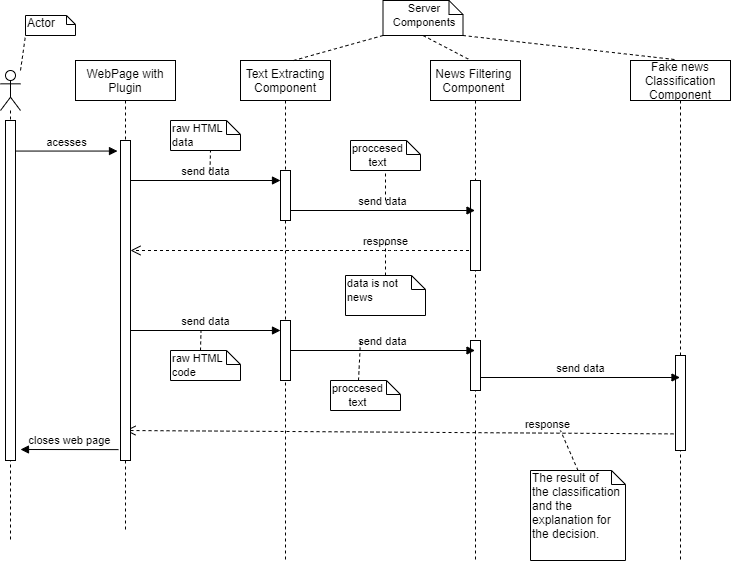
Above: Diagrams/Fake news - sequence diagram/Fake News sequance diagram.png in CDU55/FakeNews (draw.io), before the change. Source tidied: cells renumbered, new cells last; positions are measured from the earlier drawing's top-left corner, leaving out a move shared by most shapes.
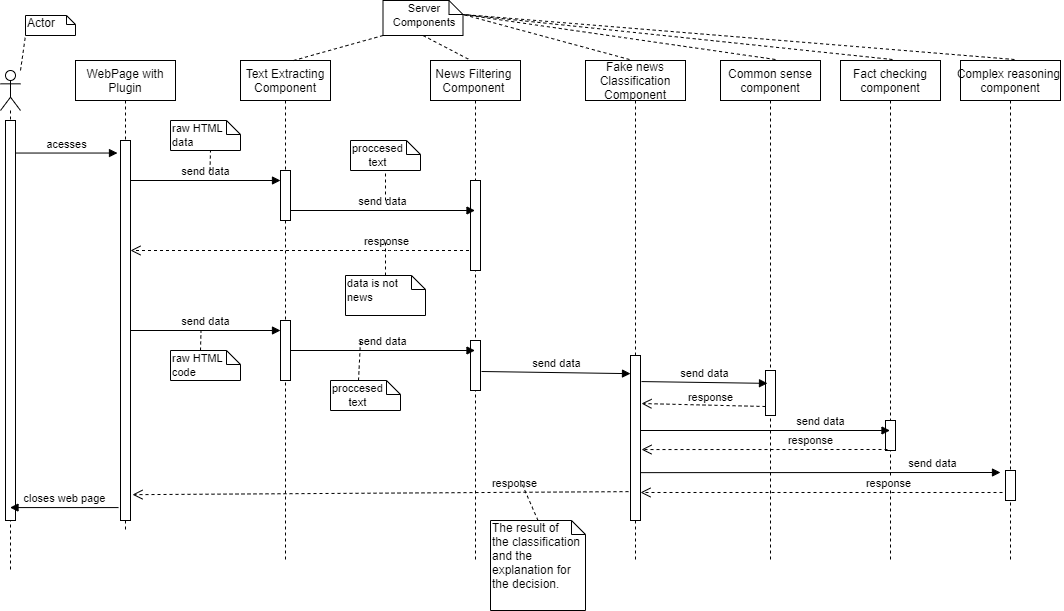
The same file after the commit.

Diff of the diagram source:
```diff
@@ -12,19 +12,19 @@
       <mxGeometry x="40" y="260" width="10" height="60" as="geometry" />
     </mxCell>
     <mxCell id="5" value="Fake news &#10;Classification &#10;Component" style="shape=umlLifeline;perimeter=lifelinePerimeter;rounded=0;shadow=0;strokeWidth=1;" parent="1" vertex="1">
-      <mxGeometry x="630" y="60" width="100" height="500" as="geometry" />
+      <mxGeometry x="585" y="60" width="100" height="500" as="geometry" />
     </mxCell>
     <mxCell id="6" style="points=[];perimeter=orthogonalPerimeter;rounded=0;shadow=0;strokeWidth=1;" parent="5" vertex="1">
-      <mxGeometry x="45" y="295" width="10" height="95" as="geometry" />
+      <mxGeometry x="45" y="295" width="10" height="165" as="geometry" />
     </mxCell>
     <mxCell id="7" value="Actor" style="shape=note;whiteSpace=wrap;html=1;size=9;verticalAlign=top;align=left;spacingTop=-6;" parent="1" vertex="1">
       <mxGeometry x="25" y="15" width="50" height="20" as="geometry" />
     </mxCell>
     <mxCell id="8" style="shape=umlLifeline;participant=umlActor;perimeter=lifelinePerimeter;whiteSpace=wrap;html=1;verticalAlign=top;spacingTop=36;outlineConnect=0;" parent="1" vertex="1">
-      <mxGeometry y="70" width="20" height="470" as="geometry" />
+      <mxGeometry y="70" width="20" height="500" as="geometry" />
     </mxCell>
     <mxCell id="9" style="html=1;points=[];perimeter=orthogonalPerimeter;" parent="8" vertex="1">
-      <mxGeometry x="5" y="50" width="10" height="340" as="geometry" />
+      <mxGeometry x="5" y="50" width="10" height="400" as="geometry" />
     </mxCell>
     <mxCell id="10" style="endArrow=none;dashed=1;html=1;entryX=0;entryY=1;entryDx=0;entryDy=0;entryPerimeter=0;" parent="8" edge="1" target="7">
       <mxGeometry relative="1" as="geometry">
@@ -45,8 +45,10 @@
         </Array>
       </mxGeometry>
     </mxCell>
-    <mxCell id="14" value="send data" style="html=1;verticalAlign=bottom;endArrow=block;exitX=1.05;exitY=0.74;exitDx=0;exitDy=0;exitPerimeter=0;" parent="1" edge="1" source="26" target="5">
-      <mxGeometry relative="1" as="geometry" />
+    <mxCell id="14" value="send data" style="html=1;verticalAlign=bottom;endArrow=block;entryX=0;entryY=0.11;entryDx=0;entryDy=0;entryPerimeter=0;" parent="1" edge="1" target="6">
+      <mxGeometry relative="1" as="geometry">
+        <mxPoint x="481" y="371" as="sourcePoint" />
+      </mxGeometry>
     </mxCell>
     <mxCell id="15" value="send data" style="html=1;verticalAlign=bottom;endArrow=block;" parent="1" edge="1">
       <mxGeometry relative="1" as="geometry">
@@ -54,17 +56,15 @@
         <mxPoint x="280" y="180" as="targetPoint" />
       </mxGeometry>
     </mxCell>
-    <mxCell id="16" value="response" style="html=1;verticalAlign=bottom;endArrow=open;dashed=1;endSize=8;exitX=-0.2;exitY=0.825;exitDx=0;exitDy=0;exitPerimeter=0;" parent="1" edge="1" source="6">
-      <mxGeometry x="-0.54" relative="1" as="geometry">
-        <mxPoint x="125" y="430" as="targetPoint" />
-      </mxGeometry>
+    <mxCell id="16" value="response" style="html=1;verticalAlign=bottom;endArrow=open;dashed=1;endSize=8;exitX=-0.2;exitY=0.825;exitDx=0;exitDy=0;exitPerimeter=0;entryX=1.2;entryY=0.932;entryDx=0;entryDy=0;entryPerimeter=0;" parent="1" edge="1" source="6" target="27">
+      <mxGeometry x="-0.54" relative="1" as="geometry" />
     </mxCell>
     <mxCell id="17" value="The result of &lt;br&gt;the classification and the explanation for the decision." style="shape=note;whiteSpace=wrap;html=1;size=14;verticalAlign=top;align=left;spacingTop=-6;" parent="1" vertex="1">
-      <mxGeometry x="530" y="470" width="95" height="90" as="geometry" />
+      <mxGeometry x="490" y="520" width="95" height="90" as="geometry" />
     </mxCell>
     <mxCell id="18" style="endArrow=none;dashed=1;html=1;exitX=0.5;exitY=0;exitDx=0;exitDy=0;exitPerimeter=0;" parent="1" edge="1" source="17">
       <mxGeometry relative="1" as="geometry">
-        <mxPoint x="560" y="430" as="targetPoint" />
+        <mxPoint x="520" y="480" as="targetPoint" />
       </mxGeometry>
     </mxCell>
     <mxCell id="19" value="&lt;span style=&quot;font-family: &amp;#34;helvetica&amp;#34; ; font-size: 11px ; text-align: center ; background-color: rgb(255 , 255 , 255)&quot;&gt;data is not news&lt;/span&gt;" style="shape=note;whiteSpace=wrap;html=1;size=14;verticalAlign=top;align=left;spacingTop=-6;" parent="1" vertex="1">
@@ -81,7 +81,7 @@
     <mxCell id="22" style="endArrow=none;dashed=1;html=1;exitX=0.589;exitY=0;exitDx=0;exitDy=0;exitPerimeter=0;entryX=0;entryY=1;entryDx=0;entryDy=0;entryPerimeter=0;" parent="1" edge="1" source="2" target="21">
       <mxGeometry relative="1" as="geometry" />
     </mxCell>
-    <mxCell id="23" style="endArrow=none;dashed=1;html=1;entryX=1;entryY=1;entryDx=0;entryDy=0;entryPerimeter=0;exitX=0.44;exitY=-0.002;exitDx=0;exitDy=0;exitPerimeter=0;" parent="1" edge="1" source="5" target="21">
+    <mxCell id="23" style="endArrow=none;dashed=1;html=1;entryX=0;entryY=0;entryDx=80;entryDy=14;entryPerimeter=0;exitX=0.44;exitY=-0.002;exitDx=0;exitDy=0;exitPerimeter=0;" parent="1" edge="1" source="5" target="21">
       <mxGeometry relative="1" as="geometry" />
     </mxCell>
     <mxCell id="24" value="News Filtering &#10;Component " style="shape=umlLifeline;perimeter=lifelinePerimeter;rounded=0;shadow=0;strokeWidth=1;" parent="1" vertex="1">
@@ -94,7 +94,7 @@
       <mxGeometry x="40" y="280" width="10" height="50" as="geometry" />
     </mxCell>
     <mxCell id="27" style="html=1;points=[];perimeter=orthogonalPerimeter;" parent="1" vertex="1">
-      <mxGeometry x="120" y="140" width="10" height="320" as="geometry" />
+      <mxGeometry x="120" y="140" width="10" height="380" as="geometry" />
     </mxCell>
     <mxCell id="28" value="&lt;span style=&quot;font-family: &amp;#34;helvetica&amp;#34; ; font-size: 11px ; text-align: center ; background-color: rgb(255 , 255 , 255)&quot;&gt;raw HTML &lt;br&gt;data&lt;/span&gt;" style="shape=note;whiteSpace=wrap;html=1;size=14;verticalAlign=top;align=left;spacingTop=-6;" parent="1" vertex="1">
       <mxGeometry x="170" y="120" width="70" height="30" as="geometry" />
@@ -149,10 +149,62 @@
         <mxPoint x="360" y="340" as="targetPoint" />
       </mxGeometry>
     </mxCell>
-    <mxCell id="40" value="closes web page" style="html=1;verticalAlign=bottom;endArrow=block;exitX=-0.2;exitY=0.966;exitDx=0;exitDy=0;exitPerimeter=0;" parent="1" edge="1" source="27">
-      <mxGeometry relative="1" as="geometry">
-        <mxPoint x="20" y="449" as="targetPoint" />
-      </mxGeometry>
+    <mxCell id="40" value="closes web page" style="html=1;verticalAlign=bottom;endArrow=block;exitX=-0.2;exitY=0.966;exitDx=0;exitDy=0;exitPerimeter=0;" parent="1" edge="1" source="27" target="8">
+      <mxGeometry relative="1" as="geometry" />
     </mxCell>
+    <mxCell id="41" value="Common sense&#10;component" style="shape=umlLifeline;perimeter=lifelinePerimeter;rounded=0;shadow=0;strokeWidth=1;" parent="1" vertex="1">
+      <mxGeometry x="720" y="60" width="100" height="500" as="geometry" />
+    </mxCell>
+    <mxCell id="42" style="points=[];perimeter=orthogonalPerimeter;rounded=0;shadow=0;strokeWidth=1;" parent="41" vertex="1">
+      <mxGeometry x="45" y="310" width="10" height="45" as="geometry" />
+    </mxCell>
+    <mxCell id="43" value="Fact checking&#10;component" style="shape=umlLifeline;perimeter=lifelinePerimeter;rounded=0;shadow=0;strokeWidth=1;" parent="1" vertex="1">
+      <mxGeometry x="840" y="60" width="100" height="500" as="geometry" />
+    </mxCell>
+    <mxCell id="44" style="perimeter=orthogonalPerimeter;rounded=0;shadow=0;strokeWidth=1;" parent="43" vertex="1">
+      <mxGeometry x="45" y="360" width="10" height="30" as="geometry" />
+    </mxCell>
+    <mxCell id="45" value="Complex reasoning &#10;component" style="shape=umlLifeline;perimeter=lifelinePerimeter;rounded=0;shadow=0;strokeWidth=1;" parent="1" vertex="1">
+      <mxGeometry x="960" y="60" width="100" height="500" as="geometry" />
+    </mxCell>
+    <mxCell id="46" style="points=[];perimeter=orthogonalPerimeter;rounded=0;shadow=0;strokeWidth=1;" parent="45" vertex="1">
+      <mxGeometry x="45" y="410" width="10" height="30" as="geometry" />
+    </mxCell>
+    <mxCell id="47" value="send data" style="html=1;verticalAlign=bottom;endArrow=block;exitX=1.1;exitY=0.158;exitDx=0;exitDy=0;exitPerimeter=0;entryX=0.2;entryY=0.286;entryDx=0;entryDy=0;entryPerimeter=0;" parent="1" edge="1" source="6" target="42">
+      <mxGeometry relative="1" as="geometry" />
+    </mxCell>
+    <mxCell id="48" value="response" style="html=1;verticalAlign=bottom;endArrow=open;dashed=1;endSize=8;exitX=0;exitY=0.8;exitDx=0;exitDy=0;exitPerimeter=0;entryX=1.1;entryY=0.291;entryDx=0;entryDy=0;entryPerimeter=0;" parent="1" edge="1" source="42" target="6">
+      <mxGeometry x="-0.11" y="1" relative="1" as="geometry" />
+    </mxCell>
+    <mxCell id="49" value="send data" style="html=1;verticalAlign=bottom;endArrow=block;exitX=1.05;exitY=0.74;exitDx=0;exitDy=0;exitPerimeter=0;" parent="1" edge="1" target="43">
+      <mxGeometry x="0.44" relative="1" as="geometry">
+        <mxPoint x="640" y="430" as="sourcePoint" />
+      </mxGeometry>
+    </mxCell>
+    <mxCell id="50" value="response" style="html=1;verticalAlign=bottom;endArrow=open;dashed=1;endSize=8;entryX=1.1;entryY=0.57;entryDx=0;entryDy=0;entryPerimeter=0;exitX=0.47;exitY=0.778;exitDx=0;exitDy=0;exitPerimeter=0;" parent="1" edge="1" source="43" target="6">
+      <mxGeometry x="-0.36" relative="1" as="geometry">
+        <mxPoint x="1" as="offset" />
+      </mxGeometry>
+    </mxCell>
+    <mxCell id="51" value="send data" style="html=1;verticalAlign=bottom;endArrow=block;exitX=0.9;exitY=0.207;exitDx=0;exitDy=0;exitPerimeter=0;" parent="1" edge="1">
+      <mxGeometry x="0.62" relative="1" as="geometry">
+        <mxPoint x="640" y="472.1" as="sourcePoint" />
+        <mxPoint x="1000" y="472" as="targetPoint" />
+      </mxGeometry>
+    </mxCell>
+    <mxCell id="52" value="response" style="html=1;verticalAlign=bottom;endArrow=open;dashed=1;endSize=8;exitX=-0.3;exitY=0.733;exitDx=0;exitDy=0;exitPerimeter=0;" parent="1" edge="1" source="46" target="6">
+      <mxGeometry x="-0.36" relative="1" as="geometry">
+        <mxPoint x="1" as="offset" />
+      </mxGeometry>
+    </mxCell>
+    <mxCell id="53" style="endArrow=none;dashed=1;html=1;entryX=0;entryY=0;entryDx=80;entryDy=14;entryPerimeter=0;exitX=0.55;exitY=-0.002;exitDx=0;exitDy=0;exitPerimeter=0;" parent="1" edge="1" source="41" target="21">
+      <mxGeometry relative="1" as="geometry" />
+    </mxCell>
+    <mxCell id="54" style="endArrow=none;dashed=1;html=1;entryX=0;entryY=0;entryDx=80;entryDy=14;entryPerimeter=0;exitX=0.52;exitY=-0.002;exitDx=0;exitDy=0;exitPerimeter=0;" parent="1" edge="1" source="43" target="21">
+      <mxGeometry relative="1" as="geometry" />
+    </mxCell>
+    <mxCell id="55" style="endArrow=none;dashed=1;html=1;entryX=0;entryY=0;entryDx=80;entryDy=14;entryPerimeter=0;exitX=0.54;exitY=-0.002;exitDx=0;exitDy=0;exitPerimeter=0;" parent="1" edge="1" source="45" target="21">
+      <mxGeometry relative="1" as="geometry" />
+    </mxCell>
   </root>
 </mxGraphModel>
```
